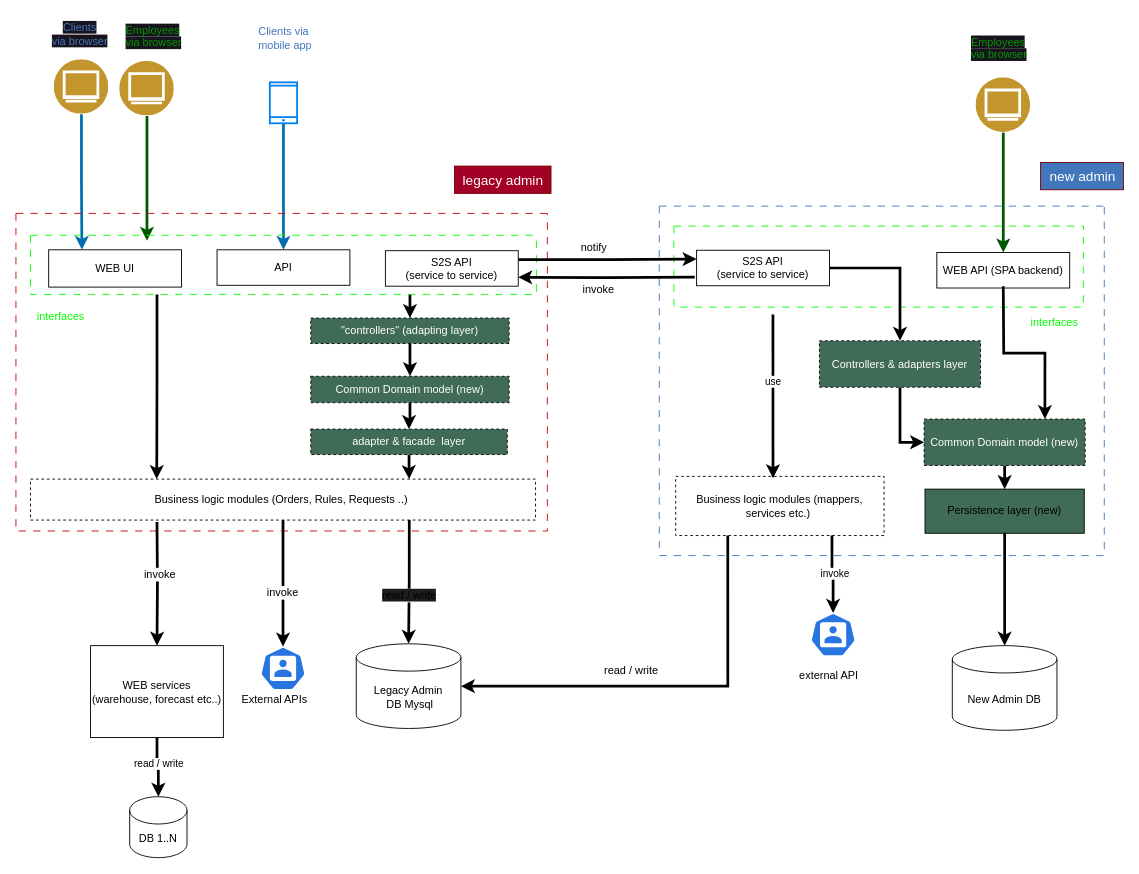
sajonaro/ref-ex keeps this draw.io diagram as page "step 1" (3 of 9) of refactoring.drawio. Above is the earlier version. Source tidied: cells renumbered, new cells numbered last; positions are measured from the earlier drawing's top-left corner, leaving out a move shared by most shapes. Both pictures are drawn from the tidied source at 91%, with x=0, y=0 at pixel (15, 15).
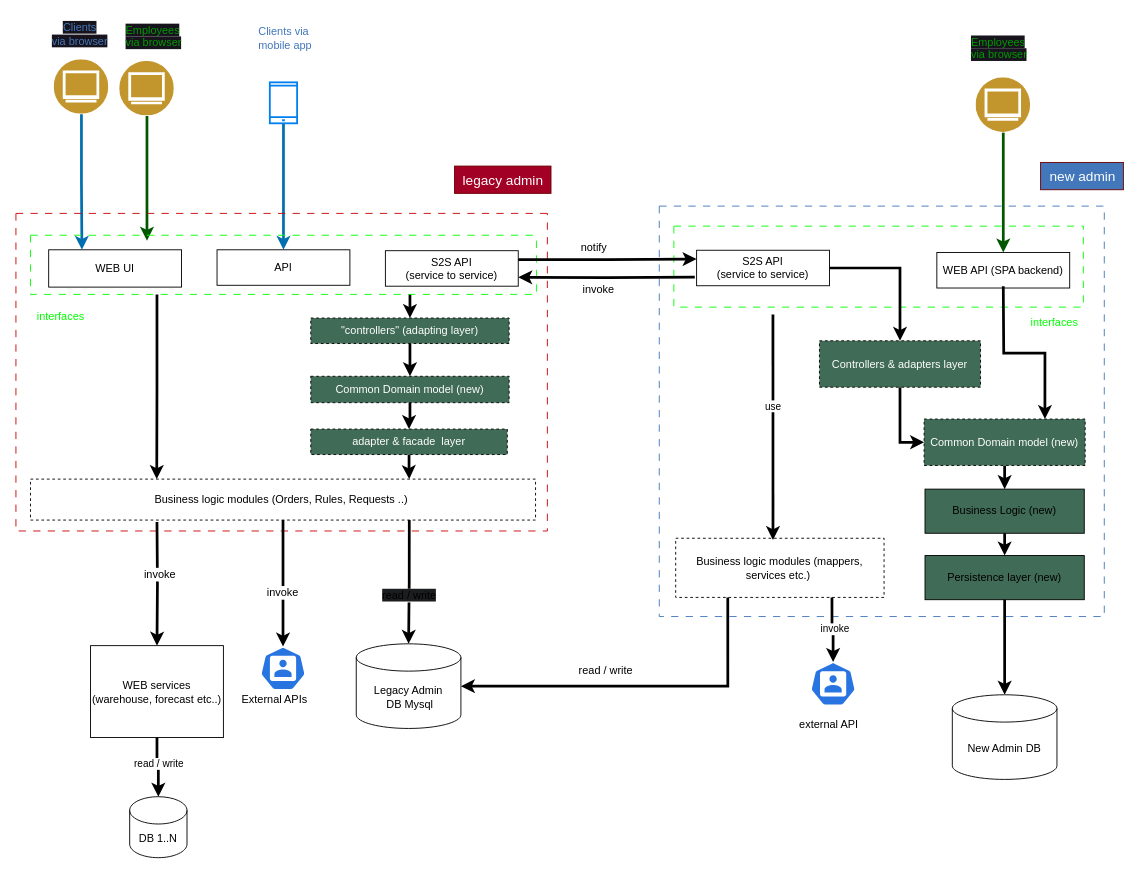
Above is the later version.

Diff of the diagram source:
```diff
@@
     <mxCell id="41" style="swimlane;startSize=0;dashed=1;dashPattern=8 8;strokeColor=#4277BB;" parent="1" vertex="1">
-      <mxGeometry x="707" y="209" width="489" height="384" as="geometry" />
+      <mxGeometry x="707" y="209" width="489" height="451" as="geometry" />
     </mxCell>
@@
+    <mxCell id="71" style="edgeStyle=orthogonalEdgeStyle;rounded=0;jettySize=auto;html=1;entryX=0.5;entryY=0;entryDx=0;entryDy=0;strokeColor=default;strokeWidth=3;align=center;verticalAlign=middle;fontFamily=Helvetica;fontSize=11;fontColor=default;labelBackgroundColor=default;endArrow=classic;" parent="41" edge="1" source="48" target="72">
+      <mxGeometry relative="1" as="geometry" />
+    </mxCell>
-    <mxCell id="48" value="Persistence layer (new)" style="rounded=0;whiteSpace=wrap;html=1;fillStyle=solid;fillColor=#406B56;" parent="41" vertex="1">
+    <mxCell id="48" value="Business Logic (new)" style="rounded=0;whiteSpace=wrap;html=1;fillStyle=solid;fillColor=#406B56;" parent="41" vertex="1">
       <mxGeometry x="292" y="311" width="175" height="48.5" as="geometry" />
     </mxCell>
@@
+    <mxCell id="72" value="Persistence layer (new)" style="rounded=0;whiteSpace=wrap;html=1;fillStyle=solid;fillColor=#406B56;" parent="41" vertex="1">
+      <mxGeometry x="292" y="384" width="175" height="48.5" as="geometry" />
+    </mxCell>
-    <mxCell id="53" style="edgeStyle=orthogonalEdgeStyle;rounded=0;jettySize=auto;html=1;strokeColor=default;strokeWidth=3;align=center;verticalAlign=middle;fontFamily=Helvetica;fontSize=11;fontColor=default;labelBackgroundColor=default;endArrow=classic;exitX=0.5;exitY=1;exitDx=0;exitDy=0;" parent="1" edge="1" source="48" target="68">
+    <mxCell id="53" style="edgeStyle=orthogonalEdgeStyle;rounded=0;jettySize=auto;html=1;strokeColor=default;strokeWidth=3;align=center;verticalAlign=middle;fontFamily=Helvetica;fontSize=11;fontColor=default;labelBackgroundColor=default;endArrow=classic;exitX=0.5;exitY=1;exitDx=0;exitDy=0;" parent="1" edge="1" source="72" target="68">
       <mxGeometry relative="1" as="geometry" />
     </mxCell>
     <mxCell id="54" value="Business logic modules (mappers, services etc.)&amp;nbsp;" style="rounded=0;whiteSpace=wrap;html=1;dashed=1;" parent="1" vertex="1">
-      <mxGeometry x="725" y="506" width="229" height="65" as="geometry" />
+      <mxGeometry x="725" y="574" width="229" height="65" as="geometry" />
     </mxCell>
@@
     <mxCell id="57" style="sketch=0;html=1;dashed=0;whitespace=wrap;fillColor=#2875E2;strokeColor=#ffffff;points=[[0.005,0.63,0],[0.1,0.2,0],[0.9,0.2,0],[0.5,0,0],[0.995,0.63,0],[0.72,0.99,0],[0.5,1,0],[0.28,0.99,0]];shape=mxgraph.kubernetes.icon2;prIcon=user;" parent="1" vertex="1">
-      <mxGeometry x="873" y="656" width="50" height="48" as="geometry" />
+      <mxGeometry x="873" y="710" width="50" height="48" as="geometry" />
     </mxCell>
@@
     <mxCell id="63" value="external API" style="text;html=1;align=center;verticalAlign=middle;strokeColor=none;fillColor=none;" parent="1" vertex="1">
-      <mxGeometry x="851" y="712" width="83" height="26" as="geometry" />
+      <mxGeometry x="851" y="766" width="83" height="26" as="geometry" />
     </mxCell>
@@
     <mxCell id="68" value="New Admin DB" style="shape=cylinder3;whiteSpace=wrap;html=1;boundedLbl=1;backgroundOutline=1;size=15;" parent="1" vertex="1">
-      <mxGeometry x="1029" y="692" width="115" height="93" as="geometry" />
+      <mxGeometry x="1029" y="746" width="115" height="93" as="geometry" />
     </mxCell>
```
